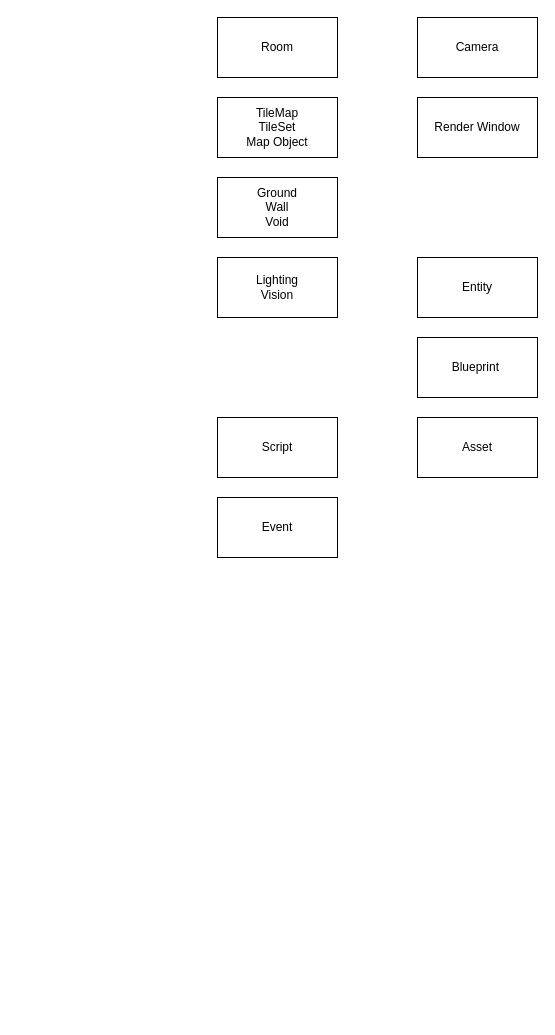
Earlier version of the draw.io diagram page "Page-1" (1 of 2) of doc/Thinking.drawio (akariumfish/nodulo). Source tidied: cells renumbered, new cells numbered last; positions are measured from the earlier drawing's top-left corner, leaving out a move shared by most shapes. Both pictures are drawn from the tidied source at 100%, with x=0, y=0 at pixel (217, 17).
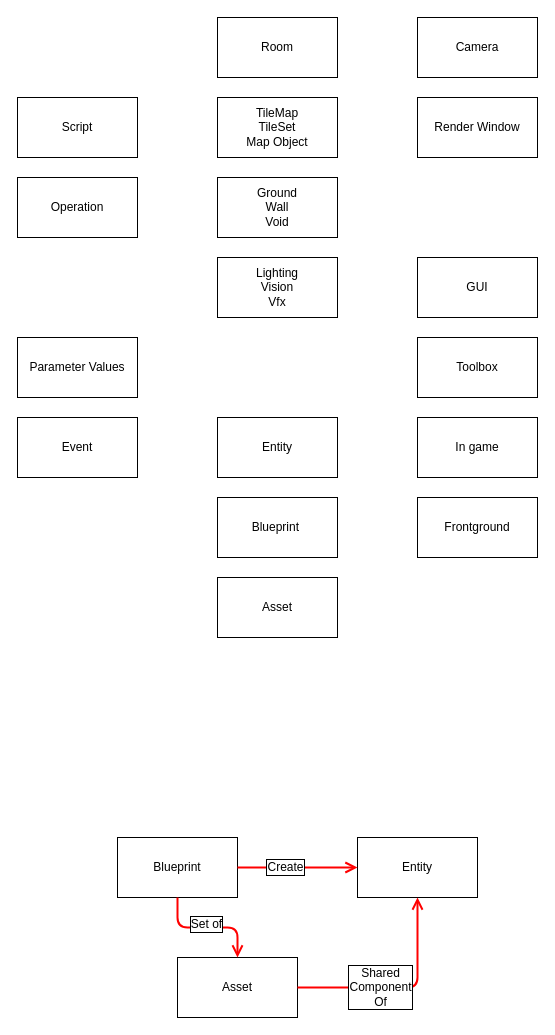
The same page after the edit.

The edit, as a diff of the source:
```diff
@@
     <mxCell id="6" value="Entity" style="whiteSpace=wrap;html=1;" parent="1" vertex="1">
-      <mxGeometry x="200" y="240" width="120" height="60" as="geometry" />
+      <mxGeometry y="400" width="120" height="60" as="geometry" />
     </mxCell>
     <mxCell id="7" value="Blueprint&amp;nbsp;" style="whiteSpace=wrap;html=1;" parent="1" vertex="1">
-      <mxGeometry x="200" y="320" width="120" height="60" as="geometry" />
+      <mxGeometry y="480" width="120" height="60" as="geometry" />
     </mxCell>
     <mxCell id="8" value="Asset" style="whiteSpace=wrap;html=1;" parent="1" vertex="1">
-      <mxGeometry x="200" y="400" width="120" height="60" as="geometry" />
+      <mxGeometry y="560" width="120" height="60" as="geometry" />
     </mxCell>
@@
-    <mxCell id="10" value="Lighting&lt;div&gt;Vision&lt;/div&gt;" style="whiteSpace=wrap;html=1;" parent="1" vertex="1">
+    <mxCell id="10" value="Lighting&lt;div&gt;Vision&lt;/div&gt;&lt;div&gt;Vfx&lt;/div&gt;" style="whiteSpace=wrap;html=1;" parent="1" vertex="1">
       <mxGeometry y="240" width="120" height="60" as="geometry" />
     </mxCell>
     <mxCell id="11" value="Script" style="whiteSpace=wrap;html=1;" parent="1" vertex="1">
-      <mxGeometry y="400" width="120" height="60" as="geometry" />
+      <mxGeometry x="-200" y="80" width="120" height="60" as="geometry" />
     </mxCell>
     <mxCell id="12" value="Event" style="whiteSpace=wrap;html=1;" parent="1" vertex="1">
-      <mxGeometry y="480" width="120" height="60" as="geometry" />
+      <mxGeometry x="-200" y="400" width="120" height="60" as="geometry" />
     </mxCell>
+    <mxCell id="13" value="Operation" style="whiteSpace=wrap;html=1;" parent="1" vertex="1">
+      <mxGeometry x="-200" y="160" width="120" height="60" as="geometry" />
+    </mxCell>
+    <mxCell id="14" value="Parameter Values" style="whiteSpace=wrap;html=1;" parent="1" vertex="1">
+      <mxGeometry x="-200" y="320" width="120" height="60" as="geometry" />
+    </mxCell>
+    <mxCell id="15" value="GUI" style="whiteSpace=wrap;html=1;" parent="1" vertex="1">
+      <mxGeometry x="200" y="240" width="120" height="60" as="geometry" />
+    </mxCell>
+    <mxCell id="16" value="Toolbox" style="whiteSpace=wrap;html=1;" parent="1" vertex="1">
+      <mxGeometry x="200" y="320" width="120" height="60" as="geometry" />
+    </mxCell>
+    <mxCell id="17" value="In game" style="whiteSpace=wrap;html=1;" parent="1" vertex="1">
+      <mxGeometry x="200" y="400" width="120" height="60" as="geometry" />
+    </mxCell>
+    <mxCell id="18" value="Frontground" style="whiteSpace=wrap;html=1;" parent="1" vertex="1">
+      <mxGeometry x="200" y="480" width="120" height="60" as="geometry" />
+    </mxCell>
+    <mxCell id="19" style="group;" parent="1" vertex="1">
+      <mxGeometry x="-100" y="820" width="360" height="180" as="geometry" />
+    </mxCell>
+    <mxCell id="20" value="Blueprint" style="whiteSpace=wrap;html=1;newEdgeStyle=%7B%22edgeStyle%22%3A%22orthogonalEdgeStyle%22%2C%22shape%22%3A%22connector%22%2C%22rounded%22%3A%221%22%2C%22jumpStyle%22%3A%22gap%22%2C%22jumpSize%22%3A%2210%22%2C%22libavoidSpacing%22%3A%2210%22%2C%22orthogonalLoop%22%3A%221%22%2C%22jettySize%22%3A%22auto%22%2C%22html%22%3A%221%22%2C%22strokeColor%22%3A%22%23ff0000%22%2C%22strokeWidth%22%3A%222%22%2C%22align%22%3A%22center%22%2C%22verticalAlign%22%3A%22middle%22%2C%22fontFamily%22%3A%22Helvetica%22%2C%22fontSize%22%3A%2212%22%2C%22fontColor%22%3A%22default%22%2C%22labelBackgroundColor%22%3A%22default%22%2C%22defaultLabelBackgroundColor%22%3A%22gap%22%2C%22labelPadding%22%3A%221%205%22%2C%22startSize%22%3A%228%22%2C%22endArrow%22%3A%22open%22%2C%22endSize%22%3A%228%22%2C%22flowAnimation%22%3A%220%22%2C%22sourcePerimeterSpacing%22%3A%220%22%2C%22targetPerimeterSpacing%22%3A%220%22%2C%22fixedPointSpacing%22%3A%221%22%2C%22followTerminals%22%3A%221%22%2C%22labelBorderColor%22%3A%22default%22%2C%22libavoidRouting%22%3A%221%22%2C%22curved%22%3Anull%7D;" parent="19" vertex="1">
+      <mxGeometry width="120" height="60" as="geometry" />
+    </mxCell>
+    <mxCell id="21" value="Entity" style="whiteSpace=wrap;html=1;" parent="19" vertex="1">
+      <mxGeometry x="240" width="120" height="60" as="geometry" />
+    </mxCell>
+    <mxCell id="22" value="Asset" style="whiteSpace=wrap;html=1;newEdgeStyle=%7B%22edgeStyle%22%3A%22orthogonalEdgeStyle%22%2C%22shape%22%3A%22connector%22%2C%22rounded%22%3A%221%22%2C%22jumpStyle%22%3A%22gap%22%2C%22jumpSize%22%3A%2210%22%2C%22libavoidSpacing%22%3A%2210%22%2C%22orthogonalLoop%22%3A%221%22%2C%22jettySize%22%3A%22auto%22%2C%22html%22%3A%221%22%2C%22strokeColor%22%3A%22%23ff0000%22%2C%22strokeWidth%22%3A%222%22%2C%22align%22%3A%22center%22%2C%22verticalAlign%22%3A%22middle%22%2C%22fontFamily%22%3A%22Helvetica%22%2C%22fontSize%22%3A%2212%22%2C%22fontColor%22%3A%22default%22%2C%22labelBackgroundColor%22%3A%22default%22%2C%22defaultLabelBackgroundColor%22%3A%22gap%22%2C%22labelPadding%22%3A%221%205%22%2C%22startSize%22%3A%228%22%2C%22endArrow%22%3A%22open%22%2C%22endSize%22%3A%228%22%2C%22flowAnimation%22%3A%220%22%2C%22sourcePerimeterSpacing%22%3A%220%22%2C%22targetPerimeterSpacing%22%3A%220%22%2C%22fixedPointSpacing%22%3A%221%22%2C%22followTerminals%22%3A%221%22%2C%22labelBorderColor%22%3A%22default%22%2C%22libavoidRouting%22%3A%221%22%2C%22curved%22%3Anull%7D;" parent="19" vertex="1">
+      <mxGeometry x="60" y="120" width="120" height="60" as="geometry" />
+    </mxCell>
+    <mxCell id="23" style="edgeStyle=orthogonalEdgeStyle;shape=connector;rounded=1;jumpStyle=gap;jumpSize=10;libavoidSpacing=10;jettySize=auto;html=1;strokeColor=#ff0000;strokeWidth=2;align=center;verticalAlign=middle;fontFamily=Helvetica;fontSize=12;fontColor=default;labelBackgroundColor=default;defaultLabelBackgroundColor=gap;labelPadding=1 5;startSize=8;endArrow=open;endSize=8;flowAnimation=0;sourcePerimeterSpacing=0;targetPerimeterSpacing=0;fixedPointSpacing=1;followTerminals=1;labelBorderColor=default;libavoidRouting=1;" parent="19" edge="1" source="20" target="21">
+      <mxGeometry relative="1" as="geometry" />
+    </mxCell>
+    <mxCell id="24" value="Create" style="edgeLabel;html=1;align=center;verticalAlign=middle;inheritText=1;fontSize=12;labelBorderColor=default;defaultLabelBackgroundColor=gap;labelPadding=1 5;" parent="23" vertex="1">
+      <mxGeometry x="-0.22" y="2" relative="1" as="geometry">
+        <mxPoint y="1" as="offset" />
+      </mxGeometry>
+    </mxCell>
+    <mxCell id="25" style="edgeStyle=orthogonalEdgeStyle;shape=connector;rounded=1;jumpStyle=gap;jumpSize=10;libavoidSpacing=10;jettySize=auto;html=1;strokeColor=#ff0000;strokeWidth=2;align=center;verticalAlign=middle;fontFamily=Helvetica;fontSize=12;fontColor=default;labelBackgroundColor=default;defaultLabelBackgroundColor=gap;labelPadding=1 5;startSize=8;endArrow=open;endSize=8;flowAnimation=0;sourcePerimeterSpacing=0;targetPerimeterSpacing=0;fixedPointSpacing=1;followTerminals=1;labelBorderColor=default;libavoidRouting=1;" parent="19" edge="1" source="22" target="21">
+      <mxGeometry x="-0.45" relative="1" as="geometry">
+        <Array as="points">
+          <mxPoint x="300" y="150" />
+        </Array>
+      </mxGeometry>
+    </mxCell>
+    <mxCell id="26" value="Shared&lt;div&gt;Component&lt;/div&gt;&lt;div&gt;Of&lt;/div&gt;" style="edgeLabel;html=1;align=center;verticalAlign=middle;inheritText=1;fontSize=12;labelBorderColor=default;defaultLabelBackgroundColor=gap;labelPadding=1 5;" parent="25" vertex="1">
+      <mxGeometry x="-0.22" y="1" relative="1" as="geometry" />
+    </mxCell>
+    <mxCell id="27" style="edgeStyle=orthogonalEdgeStyle;shape=connector;rounded=1;jumpStyle=gap;jumpSize=10;libavoidSpacing=10;jettySize=auto;html=1;strokeColor=#ff0000;strokeWidth=2;align=center;verticalAlign=middle;fontFamily=Helvetica;fontSize=12;fontColor=default;labelBackgroundColor=default;defaultLabelBackgroundColor=gap;labelPadding=1 5;startSize=8;endArrow=open;endSize=8;flowAnimation=0;sourcePerimeterSpacing=0;targetPerimeterSpacing=0;fixedPointSpacing=1;followTerminals=1;labelBorderColor=default;libavoidRouting=1;" parent="19" edge="1" source="20" target="22">
+      <mxGeometry relative="1" as="geometry">
+        <Array as="points">
+          <mxPoint x="60" y="90" />
+          <mxPoint x="120" y="90" />
+        </Array>
+      </mxGeometry>
+    </mxCell>
+    <mxCell id="28" value="Set of" style="edgeLabel;html=1;align=center;verticalAlign=middle;inheritText=1;fontSize=12;labelBorderColor=default;defaultLabelBackgroundColor=gap;labelPadding=1 5;" parent="27" vertex="1">
+      <mxGeometry x="-0.04" y="4" relative="1" as="geometry" />
+    </mxCell>
```
